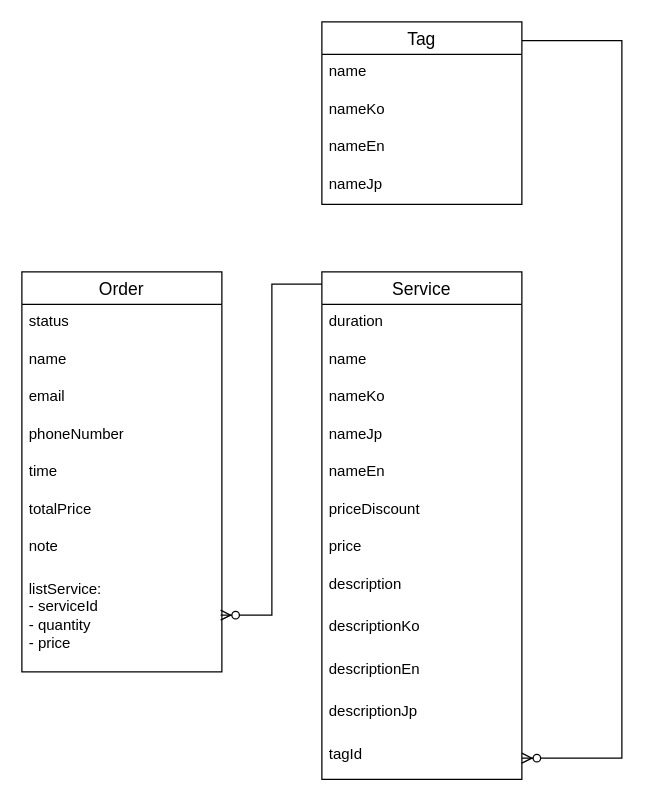
The draw.io diagram DB.drawio in huygamcha/BE_URBAN_SPA, before the edit. Source tidied: cells renumbered, new cells numbered last; positions are measured from the earlier drawing's top-left corner, leaving out a move shared by most shapes. Both pictures are drawn from the tidied source at 125%, with x=0, y=0 at pixel (21, 21).
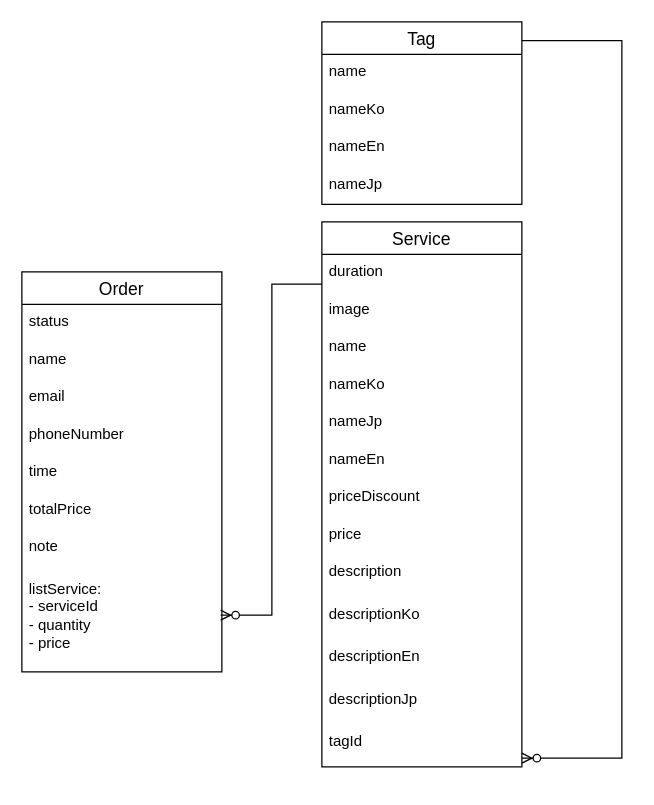
The same page after the edit.

Commit message:
Cập nhật DB.drawio

The edit, as a diff of the source:
```diff
@@
     <mxCell id="2" value="Service" style="swimlane;fontStyle=0;horizontal=1;startSize=26;align=center;fontSize=14;" parent="1" vertex="1">
-      <mxGeometry x="240" y="200" width="160" height="406" as="geometry" />
+      <mxGeometry x="240" y="160" width="160" height="436" as="geometry" />
     </mxCell>
@@
+    <mxCell id="31" value="image" style="text;strokeColor=none;fillColor=none;spacingLeft=4;spacingRight=4;overflow=hidden;fontSize=12;whiteSpace=wrap;html=1;" parent="2" vertex="1">
+      <mxGeometry y="56" width="160" height="30" as="geometry" />
+    </mxCell>
     <mxCell id="4" value="name" style="text;strokeColor=none;fillColor=none;spacingLeft=4;spacingRight=4;overflow=hidden;fontSize=12;whiteSpace=wrap;html=1;" parent="2" vertex="1">
-      <mxGeometry y="56" width="160" height="30" as="geometry" />
+      <mxGeometry y="86" width="160" height="30" as="geometry" />
     </mxCell>
     <mxCell id="5" value="nameKo" style="text;strokeColor=none;fillColor=none;spacingLeft=4;spacingRight=4;overflow=hidden;fontSize=12;whiteSpace=wrap;html=1;" parent="2" vertex="1">
-      <mxGeometry y="86" width="160" height="30" as="geometry" />
+      <mxGeometry y="116" width="160" height="30" as="geometry" />
     </mxCell>
     <mxCell id="6" value="nameJp" style="text;strokeColor=none;fillColor=none;spacingLeft=4;spacingRight=4;overflow=hidden;fontSize=12;whiteSpace=wrap;html=1;" parent="2" vertex="1">
-      <mxGeometry y="116" width="160" height="30" as="geometry" />
+      <mxGeometry y="146" width="160" height="30" as="geometry" />
     </mxCell>
     <mxCell id="7" value="nameEn" style="text;strokeColor=none;fillColor=none;spacingLeft=4;spacingRight=4;overflow=hidden;fontSize=12;whiteSpace=wrap;html=1;" parent="2" vertex="1">
-      <mxGeometry y="146" width="160" height="30" as="geometry" />
+      <mxGeometry y="176" width="160" height="30" as="geometry" />
     </mxCell>
     <mxCell id="8" value="priceDiscount" style="text;strokeColor=none;fillColor=none;spacingLeft=4;spacingRight=4;overflow=hidden;fontSize=12;whiteSpace=wrap;html=1;" parent="2" vertex="1">
-      <mxGeometry y="176" width="160" height="30" as="geometry" />
+      <mxGeometry y="206" width="160" height="30" as="geometry" />
     </mxCell>
     <mxCell id="9" value="price" style="text;strokeColor=none;fillColor=none;spacingLeft=4;spacingRight=4;overflow=hidden;fontSize=12;whiteSpace=wrap;html=1;" parent="2" vertex="1">
-      <mxGeometry y="206" width="160" height="30" as="geometry" />
+      <mxGeometry y="236" width="160" height="30" as="geometry" />
     </mxCell>
     <mxCell id="10" value="description" style="text;strokeColor=none;fillColor=none;spacingLeft=4;spacingRight=4;overflow=hidden;fontSize=12;whiteSpace=wrap;html=1;" parent="2" vertex="1">
-      <mxGeometry y="236" width="160" height="34" as="geometry" />
+      <mxGeometry y="266" width="160" height="34" as="geometry" />
     </mxCell>
     <mxCell id="11" value="descriptionKo" style="text;strokeColor=none;fillColor=none;spacingLeft=4;spacingRight=4;overflow=hidden;fontSize=12;whiteSpace=wrap;html=1;" parent="2" vertex="1">
-      <mxGeometry y="270" width="160" height="34" as="geometry" />
+      <mxGeometry y="300" width="160" height="34" as="geometry" />
     </mxCell>
     <mxCell id="12" value="descriptionEn" style="text;strokeColor=none;fillColor=none;spacingLeft=4;spacingRight=4;overflow=hidden;fontSize=12;whiteSpace=wrap;html=1;" parent="2" vertex="1">
-      <mxGeometry y="304" width="160" height="34" as="geometry" />
+      <mxGeometry y="334" width="160" height="34" as="geometry" />
     </mxCell>
     <mxCell id="13" value="descriptionJp" style="text;strokeColor=none;fillColor=none;spacingLeft=4;spacingRight=4;overflow=hidden;fontSize=12;whiteSpace=wrap;html=1;" parent="2" vertex="1">
-      <mxGeometry y="338" width="160" height="34" as="geometry" />
+      <mxGeometry y="368" width="160" height="34" as="geometry" />
     </mxCell>
     <mxCell id="14" value="tagId" style="text;strokeColor=none;fillColor=none;spacingLeft=4;spacingRight=4;overflow=hidden;points=[[0,0.5],[1,0.5]];portConstraint=eastwest;fontSize=12;whiteSpace=wrap;html=1;" parent="2" vertex="1">
-      <mxGeometry y="372" width="160" height="34" as="geometry" />
+      <mxGeometry y="402" width="160" height="34" as="geometry" />
     </mxCell>
```
